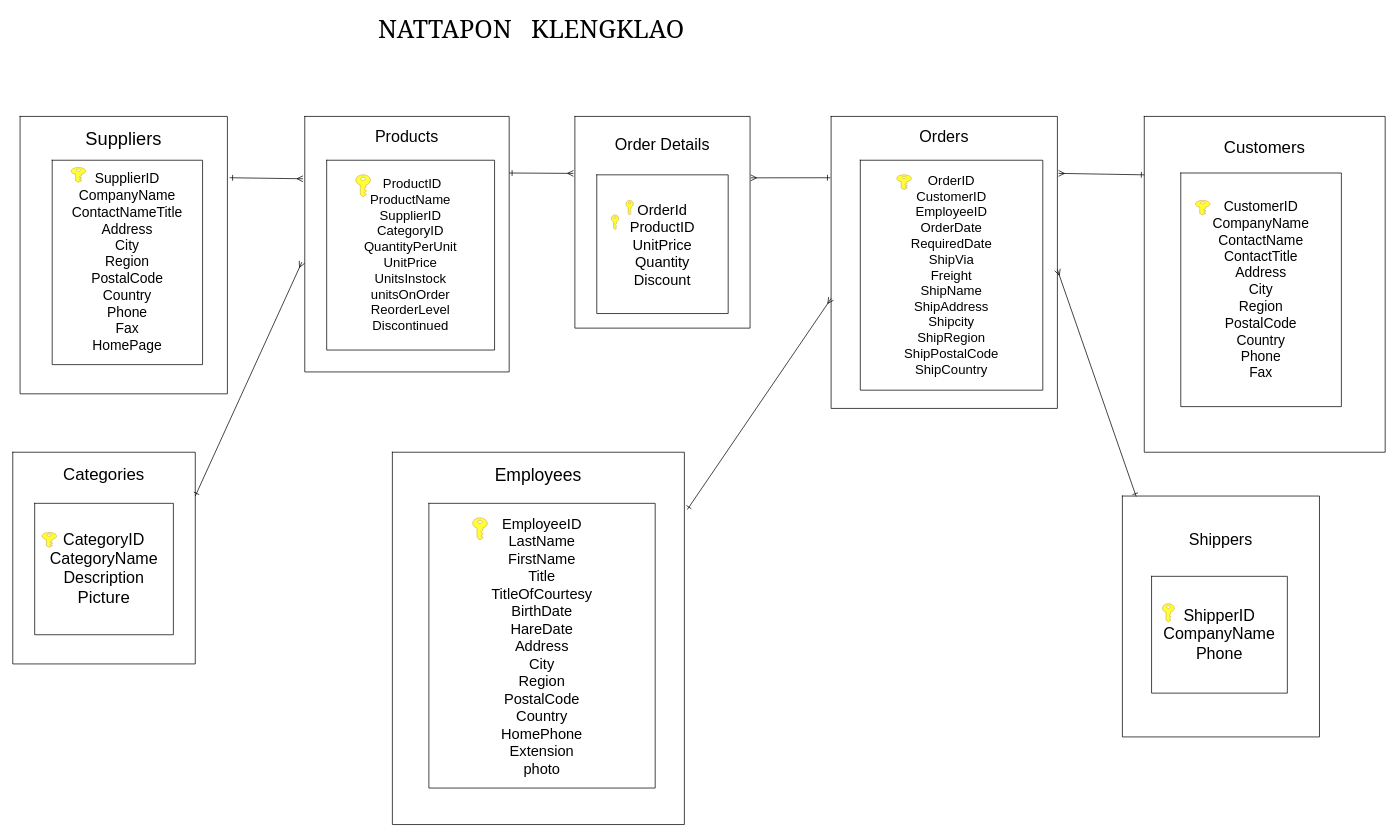
Earlier version of the draw.io diagram ER_Shop.drawio (nattapon62/ER_diagram). Source tidied: cells renumbered, new cells numbered last; positions are measured from the earlier drawing's top-left corner, leaving out a move shared by most shapes. Both pictures are drawn from the tidied source at 73%, with x=0, y=0 at pixel (12, 18).
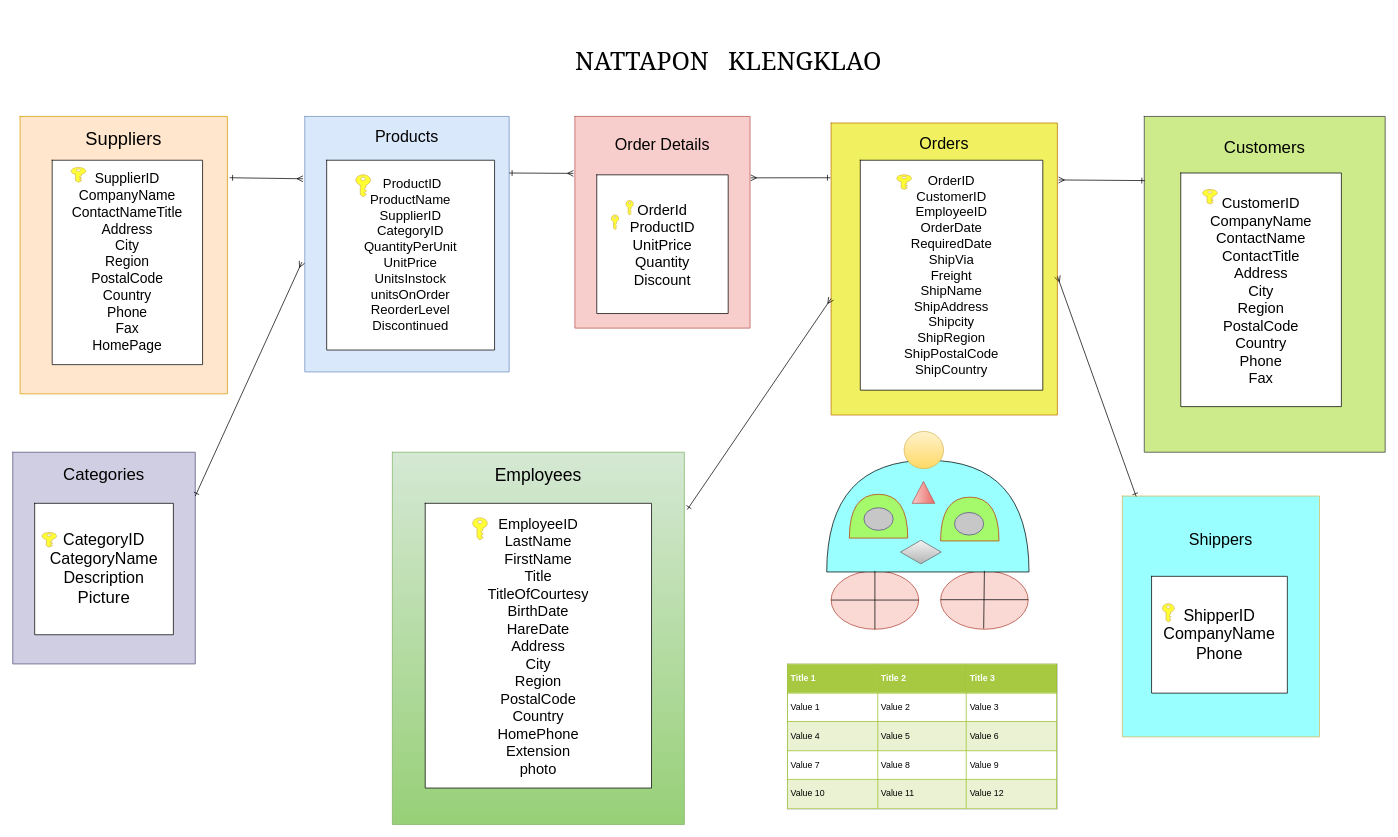
The same diagram, later.

Unchanged cells that the change refers to:
```xml
<mxCell id="3" style="shape=partialRectangle;html=1;whiteSpace=wrap;fillColor=none;top=0;left=0;bottom=0;right=0;points=[[0,0.5],[1,0.5]];portConstraint=eastwest;" parent="2" vertex="1">
  <mxGeometry width="330" height="460" as="geometry" />
</mxCell>
<mxCell id="12" style="shape=partialRectangle;html=1;whiteSpace=wrap;fillColor=none;top=0;left=0;bottom=0;right=0;points=[[0,0.5],[1,0.5]];portConstraint=eastwest;" parent="11" vertex="1">
  <mxGeometry width="310" height="400" as="geometry" />
</mxCell>
<mxCell id="35" style="shape=partialRectangle;html=1;whiteSpace=wrap;fillColor=none;top=0;left=0;bottom=0;right=0;" parent="34" vertex="1">
  <mxGeometry width="220" height="320" as="geometry" />
</mxCell>
```

Diff of the diagram source:
```diff
@@
-    <mxCell id="2" style="shape=table;html=1;whiteSpace=wrap;startSize=0;childLayout=tableLayout;" parent="1" vertex="1">
+    <mxCell id="2" style="shape=table;html=1;whiteSpace=wrap;startSize=0;childLayout=tableLayout;fillColor=#cdeb8b;strokeColor=#36393d;" parent="1" vertex="1">
       <mxGeometry x="1550" y="135" width="330" height="460" as="geometry" />
     </mxCell>
@@
-    <mxCell id="5" style="shape=table;html=1;whiteSpace=wrap;startSize=0;childLayout=tableLayout;" parent="1" vertex="1">
+    <mxCell id="5" style="shape=table;html=1;whiteSpace=wrap;startSize=0;childLayout=tableLayout;fillColor=#f8cecc;strokeColor=#b85450;" parent="1" vertex="1">
       <mxGeometry x="770" y="135" width="240" height="290" as="geometry" />
     </mxCell>
@@
-    <mxCell id="8" style="shape=table;html=1;whiteSpace=wrap;startSize=0;childLayout=tableLayout;" parent="1" vertex="1">
+    <mxCell id="8" style="shape=table;html=1;whiteSpace=wrap;startSize=0;childLayout=tableLayout;fillColor=#ffe6cc;strokeColor=#d79b00;" parent="1" vertex="1">
       <mxGeometry x="10" y="135" width="284" height="380" as="geometry" />
     </mxCell>
@@
-    <mxCell id="11" style="shape=table;html=1;whiteSpace=wrap;startSize=0;childLayout=tableLayout;" parent="1" vertex="1">
-      <mxGeometry x="1121" y="135" width="310" height="400" as="geometry" />
+    <mxCell id="11" style="shape=table;html=1;whiteSpace=wrap;startSize=0;childLayout=tableLayout;strokeColor=#BD7000;fontColor=#ffffff;fillColor=#F0F060;" parent="1" vertex="1">
+      <mxGeometry x="1121" y="144" width="310" height="400" as="geometry" />
     </mxCell>
@@
-    <mxCell id="14" style="shape=table;html=1;whiteSpace=wrap;startSize=0;childLayout=tableLayout;" parent="1" vertex="1">
+    <mxCell id="14" style="shape=table;html=1;whiteSpace=wrap;startSize=0;childLayout=tableLayout;fillColor=#dae8fc;strokeColor=#6c8ebf;" parent="1" vertex="1">
       <mxGeometry x="400" y="135" width="280" height="350" as="geometry" />
     </mxCell>
@@
-    <mxCell id="36" value="&lt;font style=&quot;font-size: 19px&quot;&gt;CustomerID&lt;br&gt;CompanyName&lt;br&gt;ContactName&lt;br&gt;ContactTitle&lt;br&gt;Address&lt;br&gt;City&lt;br&gt;Region&lt;br&gt;PostalCode&lt;br&gt;Country&lt;br&gt;Phone&lt;br&gt;Fax&lt;/font&gt;" style="shape=partialRectangle;html=1;whiteSpace=wrap;overflow=hidden;fillColor=none;top=0;left=0;bottom=0;right=0;" parent="35" vertex="1">
+    <mxCell id="36" value="&lt;font style=&quot;font-size: 20px&quot;&gt;CustomerID&lt;br&gt;CompanyName&lt;br&gt;ContactName&lt;br&gt;ContactTitle&lt;br&gt;Address&lt;br&gt;City&lt;br&gt;Region&lt;br&gt;PostalCode&lt;br&gt;Country&lt;br&gt;Phone&lt;br&gt;Fax&lt;/font&gt;" style="shape=partialRectangle;html=1;whiteSpace=wrap;overflow=hidden;fillColor=none;top=0;left=0;bottom=0;right=0;" parent="35" vertex="1">
       <mxGeometry width="220" height="320" as="geometry" />
     </mxCell>
     <mxCell id="37" style="shadow=0;dashed=0;html=1;strokeColor=#d6b656;labelPosition=center;verticalLabelPosition=bottom;verticalAlign=top;align=center;shape=mxgraph.office.security.key_permissions;fillColor=#FFFF33;rotation=0;" parent="1" vertex="1">
-      <mxGeometry x="1620" y="250" width="20" height="20" as="geometry" />
+      <mxGeometry x="1630" y="235" width="20" height="20" as="geometry" />
     </mxCell>
-    <mxCell id="38" style="shape=table;html=1;whiteSpace=wrap;startSize=0;childLayout=tableLayout;" parent="1" vertex="1">
+    <mxCell id="38" style="shape=table;html=1;whiteSpace=wrap;startSize=0;childLayout=tableLayout;fillColor=#d0cee2;strokeColor=#56517e;" parent="1" vertex="1">
       <mxGeometry y="595" width="250" height="290" as="geometry" />
     </mxCell>
@@
-    <mxCell id="45" style="shape=table;html=1;whiteSpace=wrap;startSize=0;childLayout=tableLayout;" parent="1" vertex="1">
+    <mxCell id="45" style="shape=table;html=1;whiteSpace=wrap;startSize=0;childLayout=tableLayout;gradientColor=#97d077;fillColor=#d5e8d4;strokeColor=#82b366;" parent="1" vertex="1">
       <mxGeometry x="520" y="595" width="400" height="510" as="geometry" />
     </mxCell>
@@
     <mxCell id="48" style="shape=table;html=1;whiteSpace=wrap;startSize=0;childLayout=tableLayout;" parent="1" vertex="1">
-      <mxGeometry x="570" y="665" width="310" height="390" as="geometry" />
+      <mxGeometry x="565" y="665" width="310" height="390" as="geometry" />
     </mxCell>
@@
-    <mxCell id="52" style="shape=table;html=1;whiteSpace=wrap;startSize=0;childLayout=tableLayout;" parent="1" vertex="1">
+    <mxCell id="52" style="shape=table;html=1;whiteSpace=wrap;startSize=0;childLayout=tableLayout;strokeColor=#d6b656;fillColor=#99FFFF;" parent="1" vertex="1">
       <mxGeometry x="1520" y="655" width="270" height="330" as="geometry" />
     </mxCell>
@@
-    <mxCell id="64" style="endArrow=ERmany;html=1;endFill=0;startArrow=ERone;startFill=0;entryX=1.005;entryY=0.195;entryDx=0;entryDy=0;entryPerimeter=0;" parent="1" edge="1" target="12">
-      <mxGeometry relative="1" as="geometry">
-        <mxPoint x="1550" y="215" as="sourcePoint" />
-      </mxGeometry>
+    <mxCell id="64" style="endArrow=ERmany;html=1;endFill=0;startArrow=ERone;startFill=0;entryX=1.005;entryY=0.195;entryDx=0;entryDy=0;entryPerimeter=0;exitX=0.002;exitY=0.191;exitDx=0;exitDy=0;exitPerimeter=0;" parent="1" edge="1" source="3" target="12">
+      <mxGeometry relative="1" as="geometry" />
     </mxCell>
@@
     <mxCell id="66" value="&lt;font style=&quot;font-size: 34px&quot; face=&quot;Georgia&quot;&gt;NATTAPON&amp;nbsp; &amp;nbsp;KLENGKLAO&lt;/font&gt;" style="text;html=1;align=center;verticalAlign=middle;" parent="1" vertex="1">
-      <mxGeometry x="490" width="440" height="30" as="geometry" />
+      <mxGeometry x="760" y="44" width="440" height="30" as="geometry" />
     </mxCell>
+    <mxCell id="67" style="ellipse;whiteSpace=wrap;html=1;fillColor=#fad9d5;strokeColor=#ae4132;" parent="1" vertex="1">
+      <mxGeometry x="1121" y="757.5" width="120" height="80" as="geometry" />
+    </mxCell>
+    <mxCell id="68" style="ellipse;whiteSpace=wrap;html=1;fillColor=#fad9d5;strokeColor=#ae4132;" parent="1" vertex="1">
+      <mxGeometry x="1271" y="757.5" width="120" height="80" as="geometry" />
+    </mxCell>
+    <mxCell id="69" style="shape=or;whiteSpace=wrap;html=1;fillColor=#99FFFF;rotation=-90;" parent="1" vertex="1">
+      <mxGeometry x="1177.1" y="544" width="152.9" height="277.1" as="geometry" />
+    </mxCell>
+    <mxCell id="70" style="shape=or;whiteSpace=wrap;html=1;strokeColor=#C73500;fontColor=#ffffff;rotation=-90;fillColor=#A4FA6B;" parent="1" vertex="1">
+      <mxGeometry x="1281" y="646.5" width="60" height="80" as="geometry" />
+    </mxCell>
+    <mxCell id="71" style="shape=or;whiteSpace=wrap;html=1;strokeColor=#C73500;fontColor=#ffffff;rotation=-90;fillColor=#A4FA6B;" parent="1" vertex="1">
+      <mxGeometry x="1156" y="642.6" width="60" height="80" as="geometry" />
+    </mxCell>
+    <mxCell id="72" style="endArrow=none;html=1;strokeColor=#000000;entryX=0.5;entryY=0;entryDx=0;entryDy=0;exitX=0.5;exitY=1;exitDx=0;exitDy=0;" parent="1" edge="1" source="67" target="67">
+      <mxGeometry relative="1" as="geometry" />
+    </mxCell>
+    <mxCell id="73" style="endArrow=none;html=1;strokeColor=#000000;entryX=0;entryY=0.5;entryDx=0;entryDy=0;exitX=1;exitY=0.5;exitDx=0;exitDy=0;" parent="1" edge="1" source="67" target="67">
+      <mxGeometry relative="1" as="geometry" />
+    </mxCell>
+    <mxCell id="74" style="endArrow=none;html=1;strokeColor=#000000;entryX=0;entryY=0.5;entryDx=0;entryDy=0;exitX=1;exitY=0.5;exitDx=0;exitDy=0;" parent="1" edge="1">
+      <mxGeometry relative="1" as="geometry">
+        <mxPoint x="1391" y="797" as="sourcePoint" />
+        <mxPoint x="1271" y="797" as="targetPoint" />
+      </mxGeometry>
+    </mxCell>
+    <mxCell id="75" style="endArrow=none;html=1;strokeColor=#000000;exitX=0.5;exitY=0;exitDx=0;exitDy=0;" parent="1" edge="1" source="68">
+      <mxGeometry relative="1" as="geometry">
+        <mxPoint x="1330" y="836.5" as="targetPoint" />
+      </mxGeometry>
+    </mxCell>
+    <mxCell id="76" style="ellipse;whiteSpace=wrap;html=1;strokeColor=#56517e;fillColor=#C7C7C7;" parent="1" vertex="1">
+      <mxGeometry x="1166" y="671" width="40" height="31" as="geometry" />
+    </mxCell>
+    <mxCell id="77" style="ellipse;whiteSpace=wrap;html=1;strokeColor=#56517e;fillColor=#C7C7C7;" parent="1" vertex="1">
+      <mxGeometry x="1290" y="677.5" width="40" height="31" as="geometry" />
+    </mxCell>
+    <mxCell id="78" style="ellipse;whiteSpace=wrap;html=1;strokeColor=#d6b656;fillColor=#fff2cc;gradientColor=#ffd966;" parent="1" vertex="1">
+      <mxGeometry x="1221" y="566.5" width="54" height="51" as="geometry" />
+    </mxCell>
+    <mxCell id="79" style="triangle;whiteSpace=wrap;html=1;strokeColor=#b85450;fillColor=#f8cecc;gradientColor=#ea6b66;rotation=-90;" parent="1" vertex="1">
+      <mxGeometry x="1232.5" y="634.5" width="30" height="31" as="geometry" />
+    </mxCell>
+    <mxCell id="80" value="&lt;table border=&quot;1&quot; width=&quot;100%&quot; height=&quot;100%&quot; cellpadding=&quot;4&quot; style=&quot;width:100%;height:100%;border-collapse:collapse;&quot;&gt;&lt;tr style=&quot;background-color:#A7C942;color:#ffffff;border:1px solid #98bf21;&quot;&gt;&lt;th align=&quot;left&quot;&gt;Title 1&lt;/th&gt;&lt;th align=&quot;left&quot;&gt;Title 2&lt;/th&gt;&lt;th align=&quot;left&quot;&gt;Title 3&lt;/th&gt;&lt;/tr&gt;&lt;tr style=&quot;border:1px solid #98bf21;&quot;&gt;&lt;td&gt;Value 1&lt;/td&gt;&lt;td&gt;Value 2&lt;/td&gt;&lt;td&gt;Value 3&lt;/td&gt;&lt;/tr&gt;&lt;tr style=&quot;background-color:#EAF2D3;border:1px solid #98bf21;&quot;&gt;&lt;td&gt;Value 4&lt;/td&gt;&lt;td&gt;Value 5&lt;/td&gt;&lt;td&gt;Value 6&lt;/td&gt;&lt;/tr&gt;&lt;tr style=&quot;border:1px solid #98bf21;&quot;&gt;&lt;td&gt;Value 7&lt;/td&gt;&lt;td&gt;Value 8&lt;/td&gt;&lt;td&gt;Value 9&lt;/td&gt;&lt;/tr&gt;&lt;tr style=&quot;background-color:#EAF2D3;border:1px solid #98bf21;&quot;&gt;&lt;td&gt;Value 10&lt;/td&gt;&lt;td&gt;Value 11&lt;/td&gt;&lt;td&gt;Value 12&lt;/td&gt;&lt;/tr&gt;&lt;/table&gt;" style="text;html=1;strokeColor=#c0c0c0;fillColor=#ffffff;overflow=fill;rounded=0;" parent="1" vertex="1">
+      <mxGeometry x="1061" y="885" width="370" height="199" as="geometry" />
+    </mxCell>
+    <mxCell id="81" style="html=1;whiteSpace=wrap;shape=isoRectangle;strokeColor=#666666;fillColor=#f5f5f5;gradientColor=#b3b3b3;" parent="1" vertex="1">
+      <mxGeometry x="1216" y="715" width="55.9" height="33.5" as="geometry" />
+    </mxCell>
```
